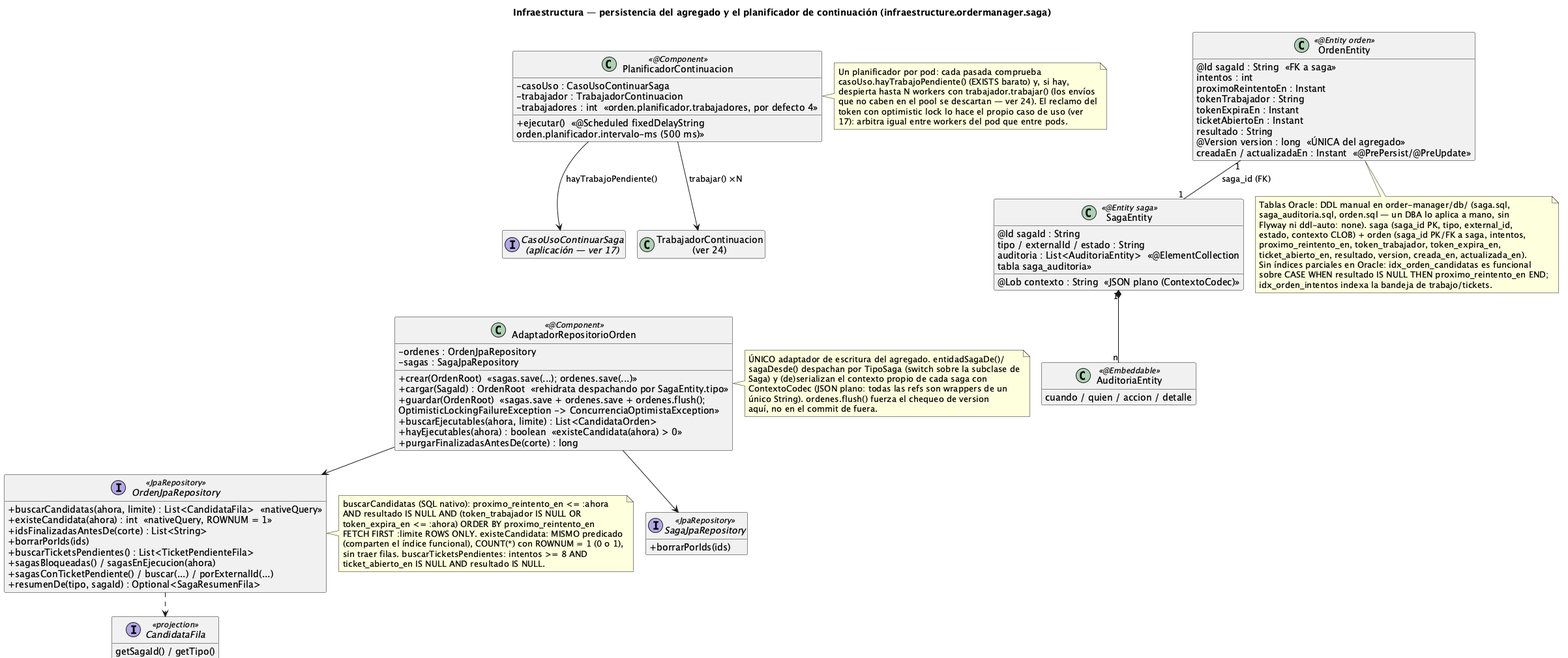
Before: order-manager/docs/23-clases-infraestructura-persistencia.png, a diagram exported from PlantUML (ralcazar/patrones).
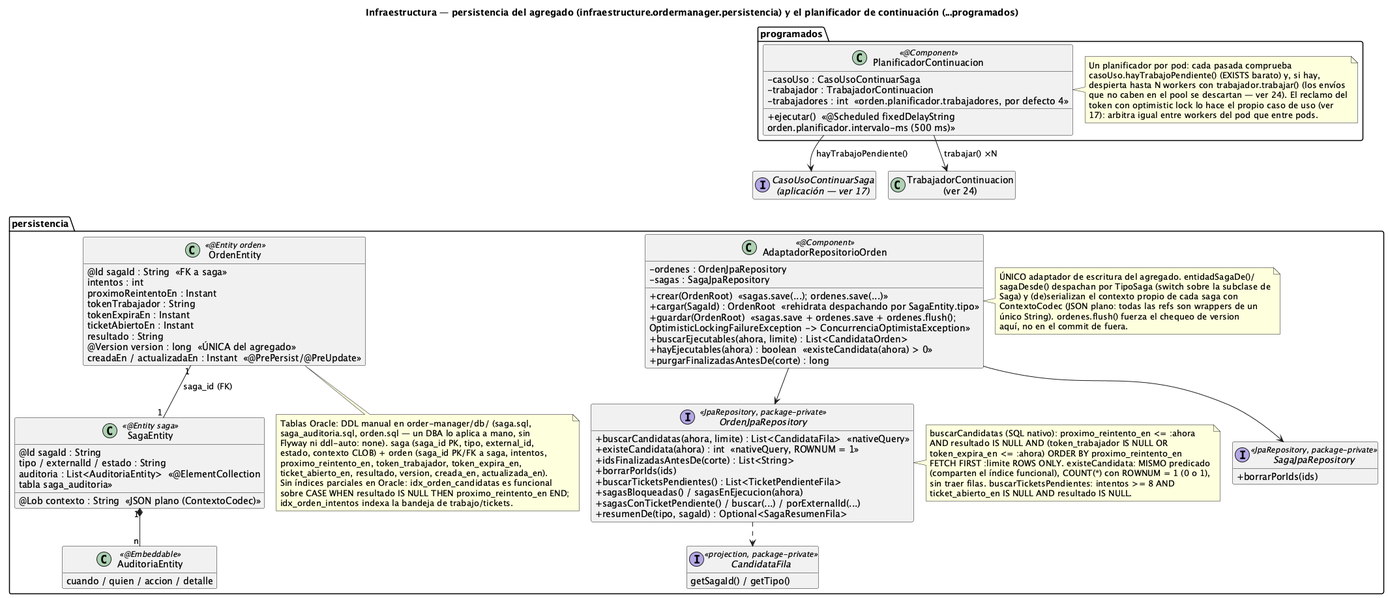
Later version of the same file.

Diff of the diagram source:
```diff
@@ -1,106 +1,109 @@
 @startuml 23-clases-infraestructura-persistencia
-!pragma layout smetana
-title Infraestructura — persistencia del agregado y el planificador de continuación (infraestructure.ordermanager.saga)
+title Infraestructura — persistencia del agregado (infraestructure.ordermanager.persistencia) y el planificador de continuación (...programados)
 !pragma layout smetana
 hide empty members
 skinparam classAttributeIconSize 0
 
-class PlanificadorContinuacion <<@Component>> {
-  -casoUso : CasoUsoContinuarSaga
-  -trabajador : TrabajadorContinuacion
-  -trabajadores : int  «orden.planificador.trabajadores, por defecto 4»
-  +ejecutar()  «@Scheduled fixedDelayString\norden.planificador.intervalo-ms (500 ms)»
+package "programados" {
+  class PlanificadorContinuacion <<@Component>> {
+    -casoUso : CasoUsoContinuarSaga
+    -trabajador : TrabajadorContinuacion
+    -trabajadores : int  «orden.planificador.trabajadores, por defecto 4»
+    +ejecutar()  «@Scheduled fixedDelayString\norden.planificador.intervalo-ms (500 ms)»
+  }
+  note right of PlanificadorContinuacion
+    Un planificador por pod: cada pasada comprueba
+    casoUso.hayTrabajoPendiente() (EXISTS barato) y, si hay,
+    despierta hasta N workers con trabajador.trabajar() (los envíos
+    que no caben en el pool se descartan — ver 24). El reclamo del
+    token con optimistic lock lo hace el propio caso de uso (ver
+    17): arbitra igual entre workers del pod que entre pods.
+  end note
 }
-note right of PlanificadorContinuacion
-  Un planificador por pod: cada pasada comprueba
-  casoUso.hayTrabajoPendiente() (EXISTS barato) y, si hay,
-  despierta hasta N workers con trabajador.trabajar() (los envíos
-  que no caben en el pool se descartan — ver 24). El reclamo del
-  token con optimistic lock lo hace el propio caso de uso (ver
-  17): arbitra igual entre workers del pod que entre pods.
-end note
 
 interface "CasoUsoContinuarSaga\n(aplicación — ver 17)" as CasoUsoContinuarSaga
 class "TrabajadorContinuacion\n(ver 24)" as TrabajadorContinuacion
 
-class AdaptadorRepositorioOrden <<@Component>> {
-  -ordenes : OrdenJpaRepository
-  -sagas : SagaJpaRepository
-  +crear(OrdenRoot)  «sagas.save(...); ordenes.save(...)»
-  +cargar(SagaId) : OrdenRoot  «rehidrata despachando por SagaEntity.tipo»
-  +guardar(OrdenRoot)  «sagas.save + ordenes.save + ordenes.flush();\nOptimisticLockingFailureException -> ConcurrenciaOptimistaException»
-  +buscarEjecutables(ahora, limite) : List<CandidataOrden>
-  +hayEjecutables(ahora) : boolean  «existeCandidata(ahora) > 0»
-  +purgarFinalizadasAntesDe(corte) : long
+package "persistencia" {
+  class AdaptadorRepositorioOrden <<@Component>> {
+    -ordenes : OrdenJpaRepository
+    -sagas : SagaJpaRepository
+    +crear(OrdenRoot)  «sagas.save(...); ordenes.save(...)»
+    +cargar(SagaId) : OrdenRoot  «rehidrata despachando por SagaEntity.tipo»
+    +guardar(OrdenRoot)  «sagas.save + ordenes.save + ordenes.flush();\nOptimisticLockingFailureException -> ConcurrenciaOptimistaException»
+    +buscarEjecutables(ahora, limite) : List<CandidataOrden>
+    +hayEjecutables(ahora) : boolean  «existeCandidata(ahora) > 0»
+    +purgarFinalizadasAntesDe(corte) : long
+  }
+  note right of AdaptadorRepositorioOrden
+    ÚNICO adaptador de escritura del agregado. entidadSagaDe()/
+    sagaDesde() despachan por TipoSaga (switch sobre la subclase de
+    Saga) y (de)serializan el contexto propio de cada saga con
+    ContextoCodec (JSON plano: todas las refs son wrappers de un
+    único String). ordenes.flush() fuerza el chequeo de version
+    aquí, no en el commit de fuera.
+  end note
+
+  interface "OrdenJpaRepository" as OrdenJpa <<JpaRepository, package-private>> {
+    +buscarCandidatas(ahora, limite) : List<CandidataFila>  «nativeQuery»
+    +existeCandidata(ahora) : int  «nativeQuery, ROWNUM = 1»
+    +idsFinalizadasAntesDe(corte) : List<String>
+    +borrarPorIds(ids)
+    +buscarTicketsPendientes() : List<TicketPendienteFila>
+    +sagasBloqueadas() / sagasEnEjecucion(ahora)
+    +sagasConTicketPendiente() / buscar(...) / porExternalId(...)
+    +resumenDe(tipo, sagaId) : Optional<SagaResumenFila>
+  }
+  interface "SagaJpaRepository" as SagaJpa <<JpaRepository, package-private>> {
+    +borrarPorIds(ids)
+  }
+  interface CandidataFila <<projection, package-private>> {
+    getSagaId() / getTipo()
+  }
+
+  class OrdenEntity <<@Entity orden>> {
+    @Id sagaId : String  «FK a saga»
+    intentos : int
+    proximoReintentoEn : Instant
+    tokenTrabajador : String
+    tokenExpiraEn : Instant
+    ticketAbiertoEn : Instant
+    resultado : String
+    @Version version : long  «ÚNICA del agregado»
+    creadaEn / actualizadaEn : Instant  «@PrePersist/@PreUpdate»
+  }
+  class SagaEntity <<@Entity saga>> {
+    @Id sagaId : String
+    tipo / externalId / estado : String
+    @Lob contexto : String  «JSON plano (ContextoCodec)»
+    auditoria : List<AuditoriaEntity>  «@ElementCollection\ntabla saga_auditoria»
+  }
+  class AuditoriaEntity <<@Embeddable>> {
+    cuando / quien / accion / detalle
+  }
+
+  note bottom of OrdenEntity
+    Tablas Oracle: DDL manual en order-manager/db/ (saga.sql,
+    saga_auditoria.sql, orden.sql — un DBA lo aplica a mano, sin
+    Flyway ni ddl-auto: none). saga (saga_id PK, tipo, external_id,
+    estado, contexto CLOB) + orden (saga_id PK/FK a saga, intentos,
+    proximo_reintento_en, token_trabajador, token_expira_en,
+    ticket_abierto_en, resultado, version, creada_en, actualizada_en).
+    Sin índices parciales en Oracle: idx_orden_candidatas es funcional
+    sobre CASE WHEN resultado IS NULL THEN proximo_reintento_en END;
+    idx_orden_intentos indexa la bandeja de trabajo/tickets.
+  end note
+
+  note right of OrdenJpa
+    buscarCandidatas (SQL nativo): proximo_reintento_en <= :ahora
+    AND resultado IS NULL AND (token_trabajador IS NULL OR
+    token_expira_en <= :ahora) ORDER BY proximo_reintento_en
+    FETCH FIRST :limite ROWS ONLY. existeCandidata: MISMO predicado
+    (comparten el índice funcional), COUNT(*) con ROWNUM = 1 (0 o 1),
+    sin traer filas. buscarTicketsPendientes: intentos >= 8 AND
+    ticket_abierto_en IS NULL AND resultado IS NULL.
+  end note
 }
-note right of AdaptadorRepositorioOrden
-  ÚNICO adaptador de escritura del agregado. entidadSagaDe()/
-  sagaDesde() despachan por TipoSaga (switch sobre la subclase de
-  Saga) y (de)serializan el contexto propio de cada saga con
-  ContextoCodec (JSON plano: todas las refs son wrappers de un
-  único String). ordenes.flush() fuerza el chequeo de version
-  aquí, no en el commit de fuera.
-end note
-
-interface "OrdenJpaRepository" as OrdenJpa <<JpaRepository>> {
-  +buscarCandidatas(ahora, limite) : List<CandidataFila>  «nativeQuery»
-  +existeCandidata(ahora) : int  «nativeQuery, ROWNUM = 1»
-  +idsFinalizadasAntesDe(corte) : List<String>
-  +borrarPorIds(ids)
-  +buscarTicketsPendientes() : List<TicketPendienteFila>
-  +sagasBloqueadas() / sagasEnEjecucion(ahora)
-  +sagasConTicketPendiente() / buscar(...) / porExternalId(...)
-  +resumenDe(tipo, sagaId) : Optional<SagaResumenFila>
-}
-interface "SagaJpaRepository" as SagaJpa <<JpaRepository>> {
-  +borrarPorIds(ids)
-}
-interface CandidataFila <<projection>> {
-  getSagaId() / getTipo()
-}
-
-class OrdenEntity <<@Entity orden>> {
-  @Id sagaId : String  «FK a saga»
-  intentos : int
-  proximoReintentoEn : Instant
-  tokenTrabajador : String
-  tokenExpiraEn : Instant
-  ticketAbiertoEn : Instant
-  resultado : String
-  @Version version : long  «ÚNICA del agregado»
-  creadaEn / actualizadaEn : Instant  «@PrePersist/@PreUpdate»
-}
-class SagaEntity <<@Entity saga>> {
-  @Id sagaId : String
-  tipo / externalId / estado : String
-  @Lob contexto : String  «JSON plano (ContextoCodec)»
-  auditoria : List<AuditoriaEntity>  «@ElementCollection\ntabla saga_auditoria»
-}
-class AuditoriaEntity <<@Embeddable>> {
-  cuando / quien / accion / detalle
-}
-
-note bottom of OrdenEntity
-  Tablas Oracle: DDL manual en order-manager/db/ (saga.sql,
-  saga_auditoria.sql, orden.sql — un DBA lo aplica a mano, sin
-  Flyway ni ddl-auto: none). saga (saga_id PK, tipo, external_id,
-  estado, contexto CLOB) + orden (saga_id PK/FK a saga, intentos,
-  proximo_reintento_en, token_trabajador, token_expira_en,
-  ticket_abierto_en, resultado, version, creada_en, actualizada_en).
-  Sin índices parciales en Oracle: idx_orden_candidatas es funcional
-  sobre CASE WHEN resultado IS NULL THEN proximo_reintento_en END;
-  idx_orden_intentos indexa la bandeja de trabajo/tickets.
-end note
-
-note right of OrdenJpa
-  buscarCandidatas (SQL nativo): proximo_reintento_en <= :ahora
-  AND resultado IS NULL AND (token_trabajador IS NULL OR
-  token_expira_en <= :ahora) ORDER BY proximo_reintento_en
-  FETCH FIRST :limite ROWS ONLY. existeCandidata: MISMO predicado
-  (comparten el índice funcional), COUNT(*) con ROWNUM = 1 (0 o 1),
-  sin traer filas. buscarTicketsPendientes: intentos >= 8 AND
-  ticket_abierto_en IS NULL AND resultado IS NULL.
-end note
 
 PlanificadorContinuacion --> CasoUsoContinuarSaga : hayTrabajoPendiente()
 PlanificadorContinuacion --> TrabajadorContinuacion : trabajar() ×N
```
